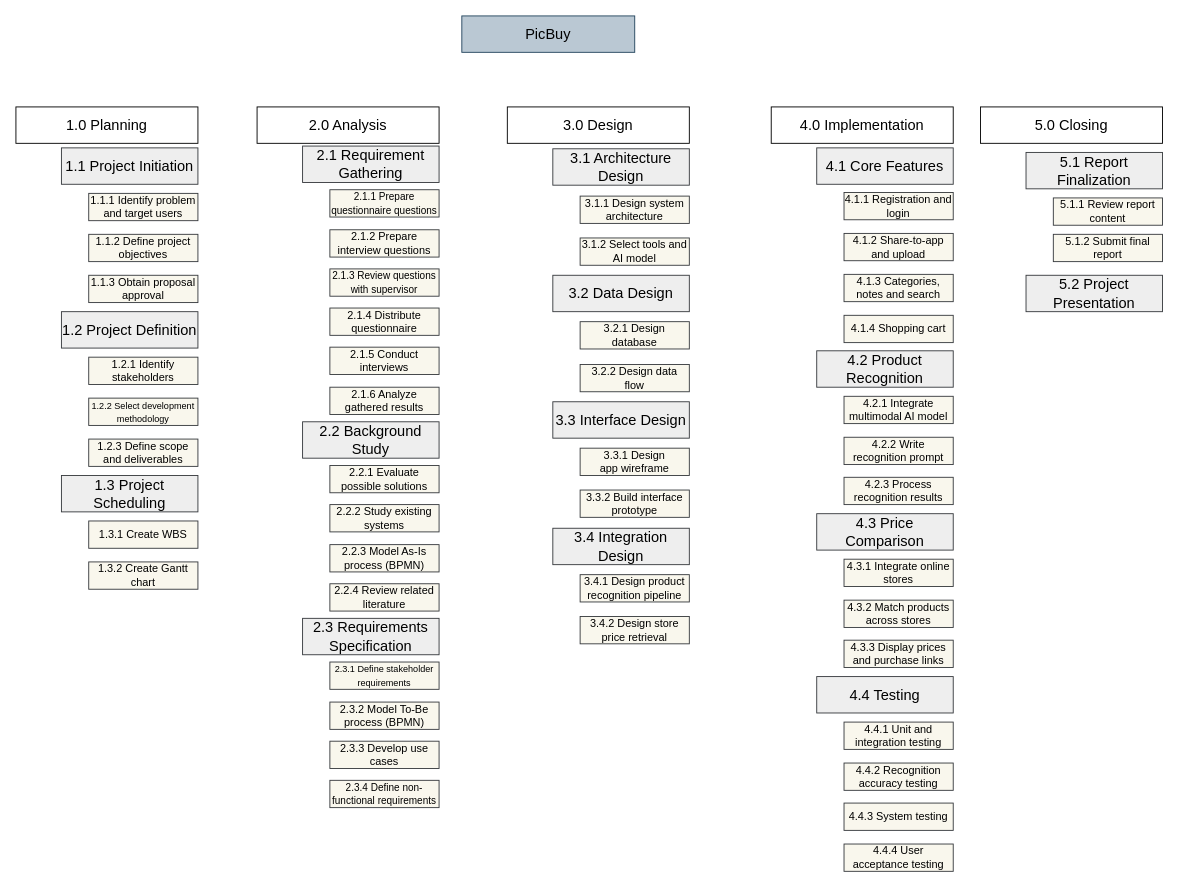
Before: GP1-Models.drawio in Ameerarmh/PicBuy, a draw.io diagram. Source tidied: cells renumbered, new cells numbered last; positions are measured from the earlier drawing's top-left corner, leaving out a move shared by most shapes. Both pictures are drawn from the tidied source at 91%, with x=0, y=0 at pixel (15, 15).
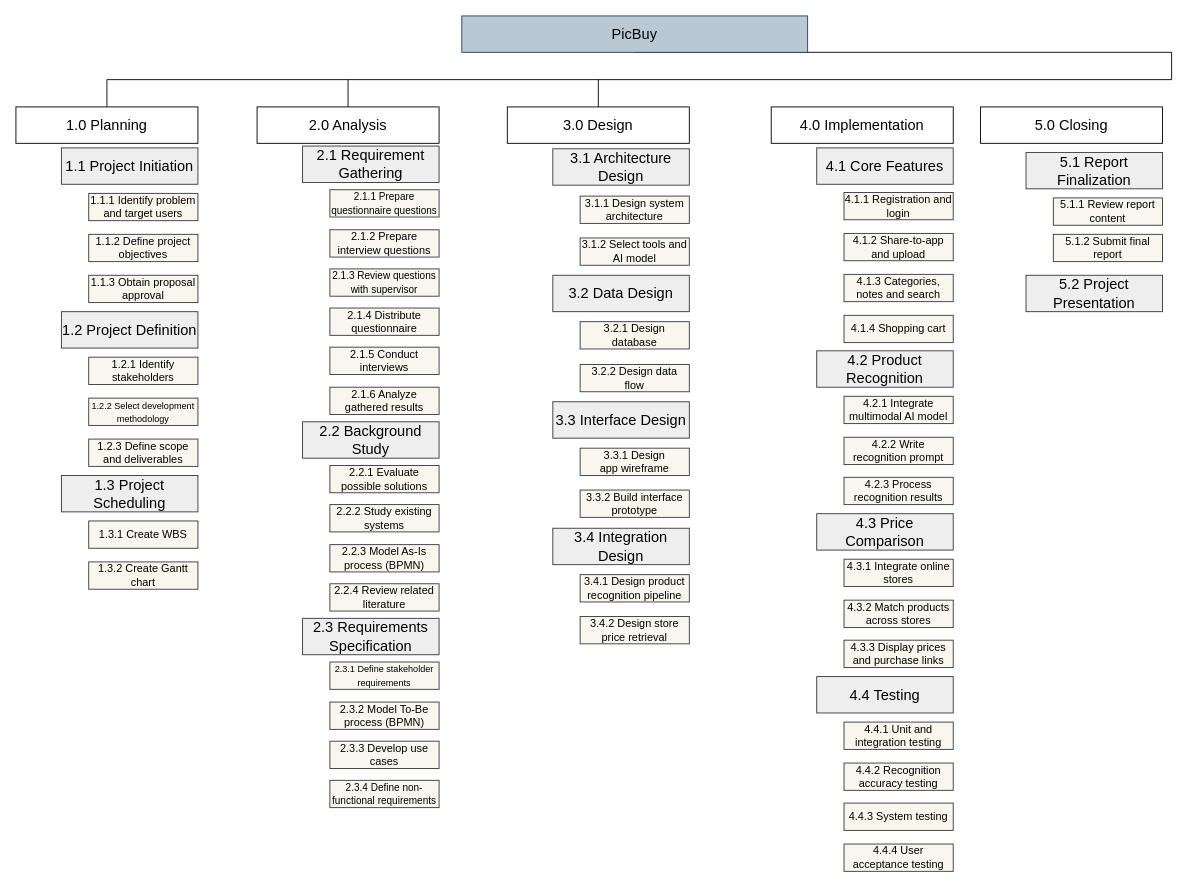
Above is the later version.

The change refers to these unchanged cells:
```xml
<mxCell id="4" value="&lt;span style=&quot;font-size: medium; text-align: start;&quot;&gt;1.0 Planning&lt;/span&gt;" style="rounded=0;whiteSpace=wrap;html=1;" parent="1" vertex="1">
  <mxGeometry y="100" width="200" height="40" as="geometry" />
</mxCell>
<mxCell id="5" value="&lt;span style=&quot;font-size: medium; text-align: start;&quot;&gt;2.0 Analysis&lt;/span&gt;" style="rounded=0;whiteSpace=wrap;html=1;" parent="1" vertex="1">
  <mxGeometry x="265" y="100" width="200" height="40" as="geometry" />
</mxCell>
<mxCell id="6" value="&lt;span style=&quot;font-size: medium; text-align: start;&quot;&gt;3.0 Design&lt;/span&gt;" style="rounded=0;whiteSpace=wrap;html=1;" parent="1" vertex="1">
  <mxGeometry x="540" y="100" width="200" height="40" as="geometry" />
</mxCell>
```

What changed in the source:
```diff
@@
+    <mxCell id="70" style="edgeStyle=orthogonalEdgeStyle;rounded=0;jettySize=auto;html=1;entryX=0.5;entryY=0;entryDx=0;entryDy=0;exitX=0.5;exitY=1;exitDx=0;exitDy=0;startArrow=none;startFill=0;endArrow=none;endFill=0;" parent="1" edge="1" source="3" target="4">
+      <mxGeometry relative="1" as="geometry">
+        <Array as="points">
+          <mxPoint x="1270" y="40" />
+          <mxPoint x="1270" y="70" />
+          <mxPoint x="100" y="70" />
+        </Array>
+      </mxGeometry>
+    </mxCell>
     <mxCell id="3" value="&lt;span style=&quot;font-size: medium; text-align: start;&quot;&gt;&lt;font face=&quot;Helvetica&quot;&gt;PicBuy&lt;/font&gt;&lt;/span&gt;" style="rounded=0;whiteSpace=wrap;html=1;fillColor=#bac8d3;strokeColor=#23445d;" parent="1" vertex="1">
-      <mxGeometry x="490" width="190" height="40" as="geometry" />
+      <mxGeometry x="490" width="380" height="40" as="geometry" />
     </mxCell>
@@
+    <mxCell id="71" style="edgeStyle=orthogonalEdgeStyle;shape=connector;rounded=0;jettySize=auto;html=1;strokeColor=default;align=center;verticalAlign=middle;fontFamily=Helvetica;fontSize=11;fontColor=default;labelBackgroundColor=default;startArrow=none;startFill=0;endArrow=none;endFill=0;" parent="1" edge="1" source="5">
+      <mxGeometry relative="1" as="geometry">
+        <mxPoint x="365" y="70" as="targetPoint" />
+      </mxGeometry>
+    </mxCell>
@@
+    <mxCell id="72" style="edgeStyle=orthogonalEdgeStyle;shape=connector;rounded=0;jettySize=auto;html=1;strokeColor=default;align=center;verticalAlign=middle;fontFamily=Helvetica;fontSize=11;fontColor=default;labelBackgroundColor=default;startArrow=none;startFill=0;endArrow=none;endFill=0;" parent="1" edge="1" source="6">
+      <mxGeometry relative="1" as="geometry">
+        <mxPoint x="640" y="70" as="targetPoint" />
+      </mxGeometry>
+    </mxCell>
```
